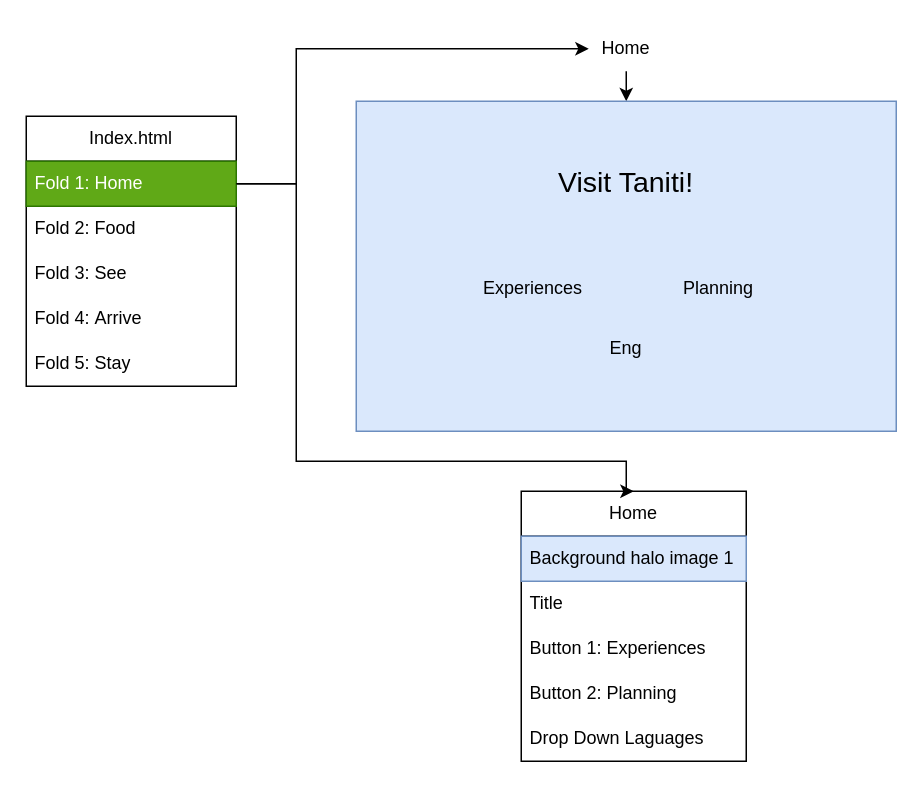
Above: page "Index: Home" (1 of 4) of Wireframe.drawio in Travis-DV/WGU_D479-User-Experience-Design (draw.io), before the change. Source tidied: cells renumbered, new cells numbered last; positions are measured from the earlier drawing's top-left corner, leaving out a move shared by most shapes. Both pictures are drawn from the tidied source at 150%, with x=0, y=0 at pixel (26, 26).
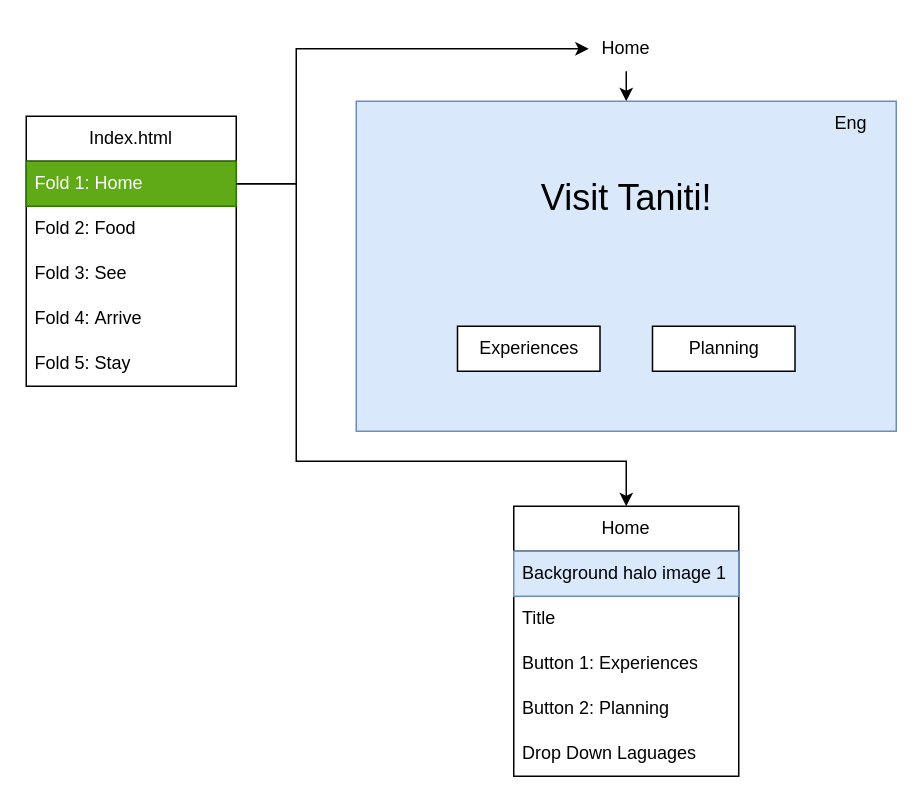
Above is the later version.

Diff of the diagram source:
```diff
@@
-    <mxCell id="12" value="Visit Taniti!" style="text;html=1;whiteSpace=wrap;strokeColor=none;fillColor=none;align=center;verticalAlign=middle;rounded=0;fontSize=19;" parent="1" vertex="1">
-      <mxGeometry x="345" y="90" width="110" height="30" as="geometry" />
+    <mxCell id="12" value="&lt;font style=&quot;font-size: 24px;&quot;&gt;Visit Taniti!&lt;/font&gt;" style="text;html=1;whiteSpace=wrap;strokeColor=none;fillColor=none;align=center;verticalAlign=middle;rounded=0;fontSize=19;" parent="1" vertex="1">
+      <mxGeometry x="327.5" y="90" width="145" height="50" as="geometry" />
     </mxCell>
+    <mxCell id="22" style="rounded=0;whiteSpace=wrap;html=1;" parent="1" vertex="1">
+      <mxGeometry x="287.5" y="200" width="95" height="30" as="geometry" />
+    </mxCell>
-    <mxCell id="13" value="Experiences&lt;span style=&quot;white-space: pre;&quot;&gt;&#9;&lt;/span&gt;&lt;span style=&quot;white-space: pre;&quot;&gt;&#9;&lt;/span&gt;&lt;span style=&quot;white-space: pre;&quot;&gt;&#9;&lt;/span&gt;Planning&amp;nbsp; &amp;nbsp;" style="text;html=1;whiteSpace=wrap;strokeColor=none;fillColor=none;align=center;verticalAlign=middle;rounded=0;" parent="1" vertex="1">
-      <mxGeometry x="295" y="160" width="210" height="30" as="geometry" />
+    <mxCell id="13" value="Experiences" style="text;html=1;whiteSpace=wrap;strokeColor=none;fillColor=none;align=center;verticalAlign=middle;rounded=0;" parent="1" vertex="1">
+      <mxGeometry x="287.5" y="200" width="95" height="30" as="geometry" />
     </mxCell>
     <mxCell id="14" value="Eng" style="text;html=1;whiteSpace=wrap;strokeColor=none;fillColor=none;align=center;verticalAlign=middle;rounded=0;" parent="1" vertex="1">
-      <mxGeometry x="370" y="200" width="60" height="30" as="geometry" />
+      <mxGeometry x="520" y="50" width="60" height="30" as="geometry" />
     </mxCell>
     <mxCell id="15" value="Home" style="swimlane;fontStyle=0;horizontal=1;startSize=30;whiteSpace=wrap;html=1;" parent="1" vertex="1">
-      <mxGeometry x="330" y="310" width="150" height="180" as="geometry" />
+      <mxGeometry x="325" y="320" width="150" height="180" as="geometry" />
     </mxCell>
@@
+    <mxCell id="23" style="rounded=0;whiteSpace=wrap;html=1;" parent="1" vertex="1">
+      <mxGeometry x="417.5" y="200" width="95" height="30" as="geometry" />
+    </mxCell>
+    <mxCell id="24" value="Planning" style="text;html=1;whiteSpace=wrap;strokeColor=none;fillColor=none;align=center;verticalAlign=middle;rounded=0;" parent="1" vertex="1">
+      <mxGeometry x="417.5" y="200" width="95" height="30" as="geometry" />
+    </mxCell>
```
